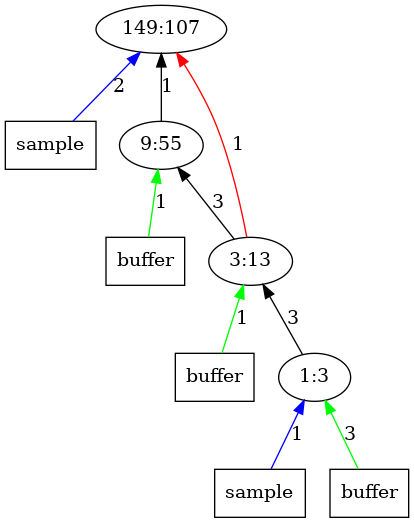
Earlier version of the Graphviz export outputImages/op107.png.png (AbhikKhan/MTP_IITG). Its source is kept beside it as outputTrees/op107.dot.
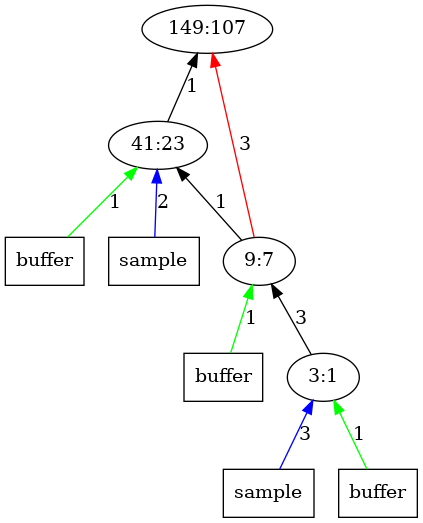
Above is the later version.

Diff of the diagram source:
```diff
@@ -1,21 +1,21 @@
 digraph Tree{
 	rankdir="BT"
-	x11 -> 1 [label = "2", color = "blue"];
-	x11 [label = "sample", shape = "box"];
 	1 [label = "149:107"];
+	2 -> 1 [label = "1", color = "black"];
 	x22 -> 2 [label = "1", color = "green"];
 	x22 [label = "buffer", shape = "box"];
-	2 -> 1 [label = "1", color = "black"];
-	2 [label = "9:55"];
-	3 -> 1 [label = "1", color = "red"];
-	3 -> 2 [label = "3", color = "black"];
+	x21 -> 2 [label = "2", color = "blue"];
+	x21 [label = "sample", shape = "box"];
+	2 [label = "41:23"];
+	3 -> 1 [label = "3", color = "red"];
+	3 -> 2 [label = "1", color = "black"];
 	x32 -> 3 [label = "1", color = "green"];
 	x32 [label = "buffer", shape = "box"];
-	3 [label = "3:13"];
+	3 [label = "9:7"];
 	4 -> 3 [label = "3", color = "black"];
-	x41 -> 4 [label = "1", color = "blue"];
+	x41 -> 4 [label = "3", color = "blue"];
 	x41 [label = "sample", shape = "box"];
-	x42 -> 4 [label = "3", color = "green"];
+	x42 -> 4 [label = "1", color = "green"];
 	x42 [label = "buffer", shape = "box"];
-	4 [label = "1:3"];
+	4 [label = "3:1"];
 }
```
